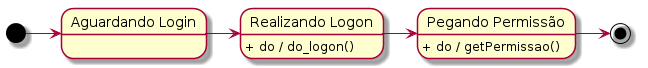
VictorCarlquist/HelpMeNow keeps this PlantUML diagram as doc/uml/maquina de estado/logon.png. Above is the earlier version.
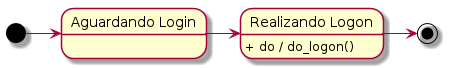
The same diagram one commit later.

The edit, as a diff of the source:
```diff
@@ -1,15 +1,12 @@
 @startuml
 	state "Aguardando Login" as aguard
 	state "Realizando Logon" as logon
-	state "Pegando Permissão" as permi
+
 
 	[*] -> aguard
 	aguard -> logon
 	logon: + do / do_logon()
-	logon -> permi
-	permi : + do / getPermissao()
-
-	permi -> [*]
+	logon -> [*]
 
 
 @enduml
```
